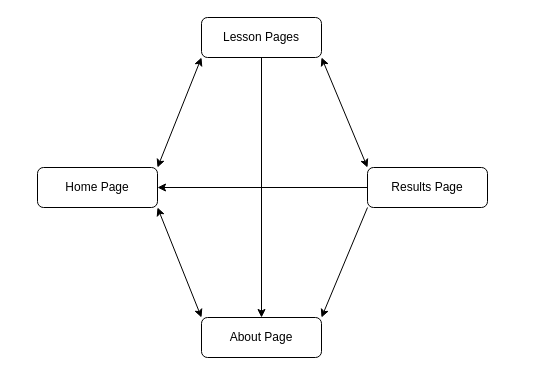
Before: doc/web_app_flowchart/web_app_flowchart.drawio in oislen/CzechTutor, a draw.io diagram. Source tidied: cells renumbered, new cells numbered last; positions are measured from the earlier drawing's top-left corner, leaving out a move shared by most shapes. Both pictures are drawn from the tidied source at 100%, with x=0, y=0 at pixel (37, 17).
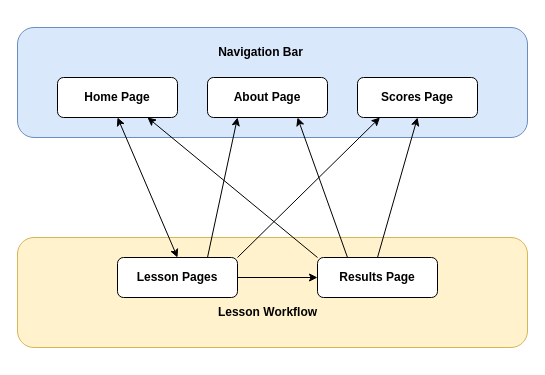
The same page after the edit.

Commit message (it also covers changes not shown here):
Updated web app flowchart with new scores page

The edit, as a diff of the source:
```diff
@@
 <mxGraphModel>
   <root>
     <mxCell id="0" />
     <mxCell id="1" parent="0" />
+    <mxCell id="12" style="rounded=1;whiteSpace=wrap;html=1;fillColor=#fff2cc;strokeColor=#d6b656;" parent="1" vertex="1">
+      <mxGeometry x="-20" y="220" width="510" height="110" as="geometry" />
+    </mxCell>
+    <mxCell id="13" style="rounded=1;whiteSpace=wrap;html=1;fillColor=#dae8fc;strokeColor=#6c8ebf;" parent="1" vertex="1">
+      <mxGeometry x="-20" y="10" width="510" height="110" as="geometry" />
+    </mxCell>
-    <mxCell id="2" value="Home Page" style="rounded=1;whiteSpace=wrap;html=1;fontSize=12;glass=0;strokeWidth=1;shadow=0;" parent="1" vertex="1">
-      <mxGeometry y="150" width="120" height="40" as="geometry" />
+    <mxCell id="2" value="&lt;b&gt;Home Page&lt;/b&gt;" style="rounded=1;whiteSpace=wrap;html=1;fontSize=12;glass=0;strokeWidth=1;shadow=0;" parent="1" vertex="1">
+      <mxGeometry x="20" y="60" width="120" height="40" as="geometry" />
     </mxCell>
+    <mxCell id="8" value="&lt;b&gt;About Page&lt;/b&gt;" style="rounded=1;whiteSpace=wrap;html=1;fontSize=12;glass=0;strokeWidth=1;shadow=0;" parent="1" vertex="1">
+      <mxGeometry x="170" y="60" width="120" height="40" as="geometry" />
+    </mxCell>
+    <mxCell id="14" value="&lt;b&gt;Scores&amp;nbsp;&lt;span style=&quot;background-color: transparent; color: light-dark(rgb(0, 0, 0), rgb(255, 255, 255));&quot;&gt;Page&lt;/span&gt;&lt;/b&gt;" style="rounded=1;whiteSpace=wrap;html=1;fontSize=12;glass=0;strokeWidth=1;shadow=0;" parent="1" vertex="1">
+      <mxGeometry x="320" y="60" width="120" height="40" as="geometry" />
+    </mxCell>
+    <mxCell id="15" value="&lt;b&gt;Navigation Bar&lt;/b&gt;" style="text;html=1;align=center;verticalAlign=middle;whiteSpace=wrap;rounded=0;" parent="1" vertex="1">
+      <mxGeometry x="176" y="20" width="95" height="30" as="geometry" />
+    </mxCell>
+    <mxCell id="4" value="&lt;b&gt;Results Page&lt;/b&gt;" style="rounded=1;whiteSpace=wrap;html=1;fontSize=12;glass=0;strokeWidth=1;shadow=0;" parent="1" vertex="1">
+      <mxGeometry x="280" y="240" width="120" height="40" as="geometry" />
+    </mxCell>
-    <mxCell id="3" value="Lesson Pages" style="rounded=1;whiteSpace=wrap;html=1;fontSize=12;glass=0;strokeWidth=1;shadow=0;" parent="1" vertex="1">
-      <mxGeometry x="164" width="120" height="40" as="geometry" />
+    <mxCell id="3" value="&lt;b&gt;Lesson Pages&lt;/b&gt;" style="rounded=1;whiteSpace=wrap;html=1;fontSize=12;glass=0;strokeWidth=1;shadow=0;" parent="1" vertex="1">
+      <mxGeometry x="80" y="240" width="120" height="40" as="geometry" />
     </mxCell>
-    <mxCell id="4" value="Results Page" style="rounded=1;whiteSpace=wrap;html=1;fontSize=12;glass=0;strokeWidth=1;shadow=0;" parent="1" vertex="1">
-      <mxGeometry x="330" y="150" width="120" height="40" as="geometry" />
-    </mxCell>
+    <mxCell id="16" style="endArrow=classic;html=1;rounded=0;entryX=0.5;entryY=1;entryDx=0;entryDy=0;exitX=0.5;exitY=0;exitDx=0;exitDy=0;" parent="1" edge="1" source="4" target="14">
+      <mxGeometry relative="1" as="geometry" />
+    </mxCell>
+    <mxCell id="11" style="endArrow=classic;html=1;rounded=0;entryX=0.75;entryY=1;entryDx=0;entryDy=0;exitX=0.25;exitY=0;exitDx=0;exitDy=0;" parent="1" edge="1" source="4" target="8">
+      <mxGeometry relative="1" as="geometry" />
+    </mxCell>
+    <mxCell id="7" style="endArrow=classic;html=1;rounded=0;entryX=0.75;entryY=1;entryDx=0;entryDy=0;exitX=0;exitY=0;exitDx=0;exitDy=0;" parent="1" edge="1" source="4" target="2">
+      <mxGeometry relative="1" as="geometry" />
+    </mxCell>
+    <mxCell id="17" style="endArrow=classic;html=1;rounded=0;entryX=0.187;entryY=1;entryDx=0;entryDy=0;exitX=1;exitY=0;exitDx=0;exitDy=0;entryPerimeter=0;" parent="1" edge="1" source="3" target="14">
+      <mxGeometry relative="1" as="geometry" />
+    </mxCell>
+    <mxCell id="10" style="endArrow=classic;html=1;rounded=0;exitX=0.75;exitY=0;exitDx=0;exitDy=0;entryX=0.25;entryY=1;entryDx=0;entryDy=0;" parent="1" edge="1" source="3" target="8">
+      <mxGeometry relative="1" as="geometry" />
+    </mxCell>
-    <mxCell id="5" style="endArrow=classic;html=1;rounded=0;exitX=1;exitY=0;exitDx=0;exitDy=0;entryX=0;entryY=1;entryDx=0;entryDy=0;startArrow=classic;startFill=1;" parent="1" edge="1" source="2" target="3">
+    <mxCell id="5" style="endArrow=classic;startArrow=classic;html=1;rounded=0;exitX=0.5;exitY=1;exitDx=0;exitDy=0;entryX=0.5;entryY=0;entryDx=0;entryDy=0;" parent="1" edge="1" source="2" target="3">
       <mxGeometry relative="1" as="geometry" />
     </mxCell>
+    <mxCell id="18" value="&lt;b&gt;Lesson Workflow&lt;/b&gt;" style="text;html=1;align=center;verticalAlign=middle;strokeColor=none;fillColor=none;" parent="1" vertex="1">
+      <mxGeometry x="170" y="280" width="120" height="30" as="geometry" />
+    </mxCell>
-    <mxCell id="6" style="endArrow=classic;startArrow=classic;html=1;rounded=0;exitX=1;exitY=1;exitDx=0;exitDy=0;entryX=0;entryY=0;entryDx=0;entryDy=0;startFill=1;" parent="1" edge="1" source="3" target="4">
+    <mxCell id="6" style="endArrow=classic;html=1;rounded=0;entryX=0;entryY=0.5;entryDx=0;entryDy=0;exitX=1;exitY=0.5;exitDx=0;exitDy=0;" parent="1" edge="1" source="3" target="4">
       <mxGeometry relative="1" as="geometry" />
     </mxCell>
-    <mxCell id="7" style="endArrow=classic;html=1;rounded=0;exitX=0;exitY=0.5;exitDx=0;exitDy=0;entryX=1;entryY=0.5;entryDx=0;entryDy=0;" parent="1" edge="1" source="4" target="2">
-      <mxGeometry relative="1" as="geometry" />
-    </mxCell>
-    <mxCell id="8" value="About Page" style="rounded=1;whiteSpace=wrap;html=1;fontSize=12;glass=0;strokeWidth=1;shadow=0;" parent="1" vertex="1">
-      <mxGeometry x="164" y="300" width="120" height="40" as="geometry" />
-    </mxCell>
-    <mxCell id="9" style="endArrow=classic;html=1;rounded=0;entryX=1;entryY=1;entryDx=0;entryDy=0;exitX=0;exitY=0;exitDx=0;exitDy=0;startArrow=classic;startFill=1;" parent="1" edge="1" source="8" target="2">
-      <mxGeometry relative="1" as="geometry" />
-    </mxCell>
-    <mxCell id="10" style="endArrow=classic;html=1;rounded=0;exitX=0.5;exitY=1;exitDx=0;exitDy=0;entryX=0.5;entryY=0;entryDx=0;entryDy=0;" parent="1" edge="1" source="3" target="8">
-      <mxGeometry relative="1" as="geometry" />
-    </mxCell>
-    <mxCell id="11" style="endArrow=classic;html=1;rounded=0;exitX=0;exitY=1;exitDx=0;exitDy=0;entryX=1;entryY=0;entryDx=0;entryDy=0;" parent="1" edge="1" source="4" target="8">
-      <mxGeometry relative="1" as="geometry" />
-    </mxCell>
   </root>
 </mxGraphModel>
```
